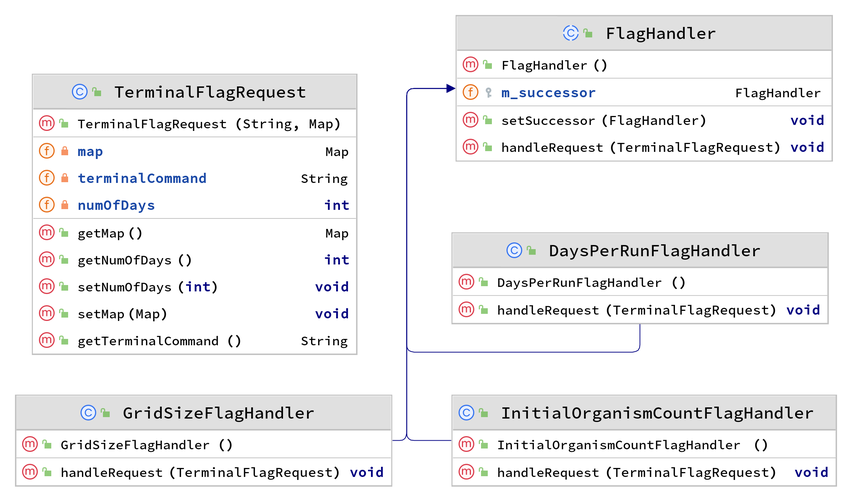
Before: doc/UMLdiagrams/TerminalFlagHandler.png, a diagram exported from PlantUML (IUS-CS/c346-fa23-project-team-rocket). Its source is kept beside it as doc/UMLdiagrams/TerminalFlagHandler.plantuml.
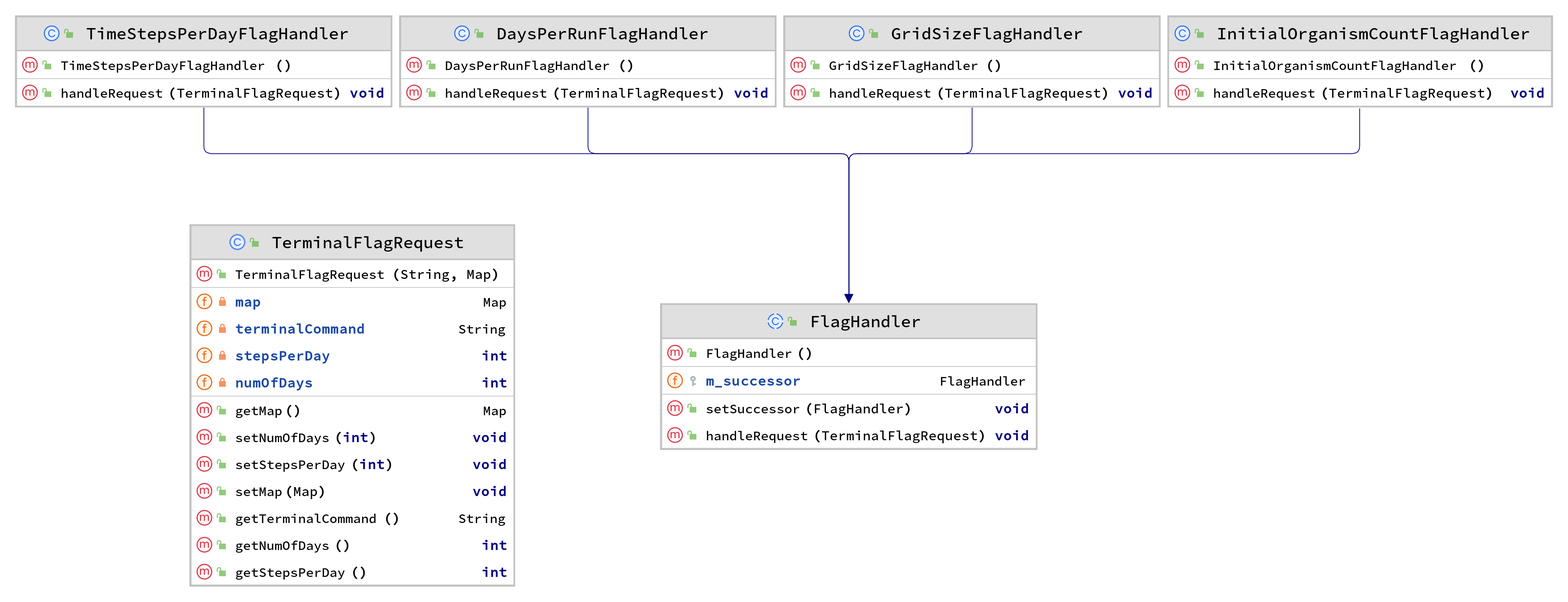
Later version of the same file.

Commit message:
Updated the UML Diagrams

The edit, as a diff of the source:
```diff
@@ -26,15 +26,23 @@
   + TerminalFlagRequest(String, Map):
   - map: Map
   - terminalCommand: String
+  - stepsPerDay: int
   - numOfDays: int
   + getMap(): Map
-  + getNumOfDays(): int
   + setNumOfDays(int): void
+  + setStepsPerDay(int): void
   + setMap(Map): void
   + getTerminalCommand(): String
+  + getNumOfDays(): int
+  + getStepsPerDay(): int
+}
+class TimeStepsPerDayFlagHandler {
+  + TimeStepsPerDayFlagHandler():
+  + handleRequest(TerminalFlagRequest): void
 }
 
 DaysPerRunFlagHandler            -[#000082,plain]-^  FlagHandler
 GridSizeFlagHandler              -[#000082,plain]-^  FlagHandler
 InitialOrganismCountFlagHandler  -[#000082,plain]-^  FlagHandler
+TimeStepsPerDayFlagHandler       -[#000082,plain]-^  FlagHandler
 @enduml
```
